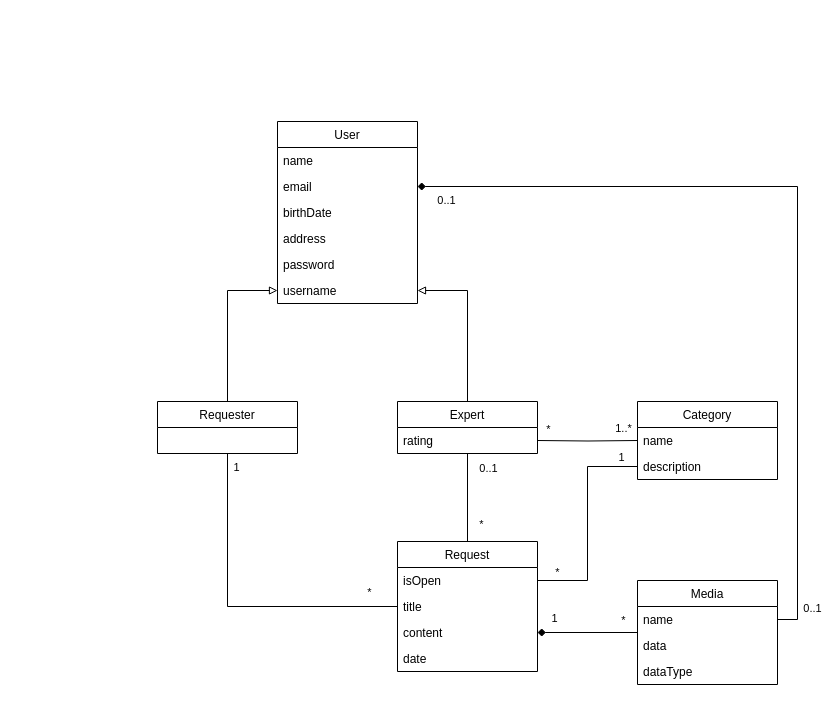
Above: artefacts/domain_model.drawio in Luc641/Amicus (draw.io), before the change. Source tidied: cells renumbered, new cells numbered last; positions are measured from the earlier drawing's top-left corner, leaving out a move shared by most shapes. Both pictures are drawn from the tidied source at 100%, with x=0, y=0 at pixel (157, 121).
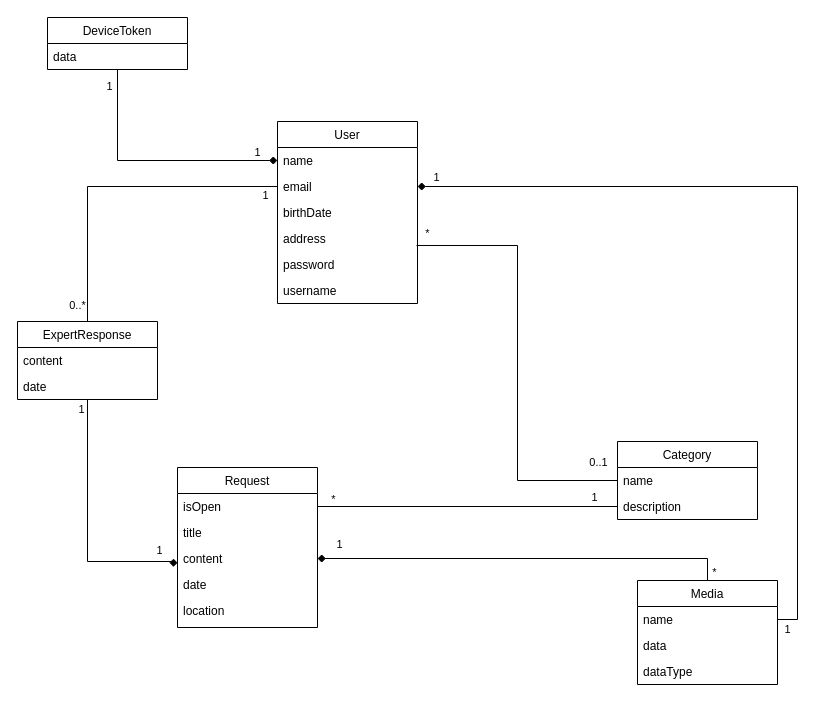
After the change.

Commit message (it also covers changes not shown here):
Update Domain Model (#85)

The change refers to these unchanged cells:
```xml
<mxCell id="3" value="name" style="text;strokeColor=none;fillColor=none;align=left;verticalAlign=top;spacingLeft=4;spacingRight=4;overflow=hidden;points=[[0,0.5],[1,0.5]];portConstraint=eastwest;" parent="2" vertex="1">
  <mxGeometry y="26" width="140" height="26" as="geometry" />
</mxCell>
<mxCell id="4" value="email" style="text;strokeColor=none;fillColor=none;align=left;verticalAlign=top;spacingLeft=4;spacingRight=4;overflow=hidden;points=[[0,0.5],[1,0.5]];portConstraint=eastwest;" parent="2" vertex="1">
  <mxGeometry y="52" width="140" height="26" as="geometry" />
</mxCell>
<mxCell id="6" value="address" style="text;strokeColor=none;fillColor=none;align=left;verticalAlign=top;spacingLeft=4;spacingRight=4;overflow=hidden;points=[[0,0.5],[1,0.5]];portConstraint=eastwest;" parent="2" vertex="1">
  <mxGeometry y="104" width="140" height="26" as="geometry" />
</mxCell>
<mxCell id="8" value="username" style="text;strokeColor=none;fillColor=none;align=left;verticalAlign=top;spacingLeft=4;spacingRight=4;overflow=hidden;points=[[0,0.5],[1,0.5]];portConstraint=eastwest;" parent="2" vertex="1">
  <mxGeometry y="156" width="140" height="26" as="geometry" />
</mxCell>
<mxCell id="15" value="name" style="text;strokeColor=none;fillColor=none;align=left;verticalAlign=top;spacingLeft=4;spacingRight=4;overflow=hidden;points=[[0,0.5],[1,0.5]];portConstraint=eastwest;" parent="14" vertex="1">
  <mxGeometry y="26" width="140" height="26" as="geometry" />
</mxCell>
<mxCell id="25" value="title" style="text;strokeColor=none;fillColor=none;align=left;verticalAlign=top;spacingLeft=4;spacingRight=4;overflow=hidden;points=[[0,0.5],[1,0.5]];portConstraint=eastwest;" parent="23" vertex="1">
  <mxGeometry y="52" width="140" height="26" as="geometry" />
</mxCell>
<mxCell id="28" style="edgeStyle=orthogonalEdgeStyle;rounded=0;jettySize=auto;html=1;entryX=1;entryY=0.5;entryDx=0;entryDy=0;endArrow=diamond;endFill=1;startArrow=none;startFill=0;" parent="1" edge="1" source="31" target="26">
  <mxGeometry relative="1" as="geometry" />
</mxCell>
<mxCell id="38" style="edgeStyle=orthogonalEdgeStyle;rounded=0;jettySize=auto;html=1;entryX=1;entryY=0.5;entryDx=0;entryDy=0;endArrow=none;endFill=0;" parent="1" edge="1" source="16" target="24">
  <mxGeometry relative="1" as="geometry" />
</mxCell>
<mxCell id="41" style="edgeStyle=orthogonalEdgeStyle;rounded=0;jettySize=auto;html=1;exitX=1;exitY=0.5;exitDx=0;exitDy=0;entryX=1;entryY=0.5;entryDx=0;entryDy=0;endArrow=diamond;endFill=1;startArrow=none;startFill=0;" parent="1" edge="1" source="32" target="4">
  <mxGeometry relative="1" as="geometry" />
</mxCell>
```

Change to the diagram source:
```diff
@@
-    <mxCell id="9" style="edgeStyle=orthogonalEdgeStyle;rounded=0;jettySize=auto;html=1;exitX=0.5;exitY=0;exitDx=0;exitDy=0;entryX=0;entryY=0.5;entryDx=0;entryDy=0;endArrow=block;endFill=0;" parent="1" edge="1" source="10" target="8">
-      <mxGeometry relative="1" as="geometry" />
-    </mxCell>
-    <mxCell id="10" value="Requester" style="swimlane;fontStyle=0;horizontal=1;startSize=26;fillColor=none;" parent="1" vertex="1">
-      <mxGeometry y="280" width="140" height="52" as="geometry" />
-    </mxCell>
-    <mxCell id="11" style="edgeStyle=orthogonalEdgeStyle;rounded=0;jettySize=auto;html=1;exitX=0.5;exitY=0;exitDx=0;exitDy=0;entryX=1;entryY=0.5;entryDx=0;entryDy=0;endArrow=block;endFill=0;" parent="1" edge="1" source="12" target="8">
-      <mxGeometry relative="1" as="geometry" />
-    </mxCell>
-    <mxCell id="12" value="Expert" style="swimlane;fontStyle=0;horizontal=1;startSize=26;fillColor=none;" parent="1" vertex="1">
-      <mxGeometry x="240" y="280" width="140" height="52" as="geometry" />
-    </mxCell>
-    <mxCell id="13" value="rating" style="text;strokeColor=none;fillColor=none;align=left;verticalAlign=top;spacingLeft=4;spacingRight=4;overflow=hidden;" parent="12" vertex="1">
-      <mxGeometry y="26" width="140" height="26" as="geometry" />
-    </mxCell>
     <mxCell id="14" value="Category" style="swimlane;fontStyle=0;horizontal=1;startSize=26;fillColor=none;" parent="1" vertex="1">
-      <mxGeometry x="480" y="280" width="140" height="78" as="geometry" />
+      <mxGeometry x="460" y="320" width="140" height="78" as="geometry" />
     </mxCell>
@@
-    <mxCell id="17" style="edgeStyle=orthogonalEdgeStyle;rounded=0;jettySize=auto;html=1;endArrow=none;endFill=0;" parent="1" edge="1" target="15">
-      <mxGeometry relative="1" as="geometry">
-        <mxPoint x="380" y="319" as="sourcePoint" />
-      </mxGeometry>
+    <mxCell id="17" style="edgeStyle=orthogonalEdgeStyle;rounded=0;jettySize=auto;html=1;endArrow=none;endFill=0;exitX=0.993;exitY=0.769;exitDx=0;exitDy=0;exitPerimeter=0;" parent="1" edge="1" source="6" target="15">
+      <mxGeometry relative="1" as="geometry" />
     </mxCell>
-    <mxCell id="18" value="1..*" style="edgeLabel;html=1;align=center;verticalAlign=middle;" parent="17" vertex="1">
+    <mxCell id="18" value="0..1" style="edgeLabel;html=1;align=center;verticalAlign=middle;" parent="17" vertex="1">
       <mxGeometry x="0.34" y="-1" relative="1" as="geometry">
-        <mxPoint x="19" y="-14" as="offset" />
+        <mxPoint x="81" y="25" as="offset" />
       </mxGeometry>
     </mxCell>
     <mxCell id="19" value="*" style="edgeLabel;html=1;align=center;verticalAlign=middle;" parent="17" vertex="1">
       <mxGeometry x="-0.57" y="-3" relative="1" as="geometry">
-        <mxPoint x="-11" y="-15" as="offset" />
+        <mxPoint x="-84" y="-15" as="offset" />
       </mxGeometry>
     </mxCell>
-    <mxCell id="20" style="edgeStyle=orthogonalEdgeStyle;rounded=0;jettySize=auto;html=1;endArrow=none;endFill=0;entryX=0.5;entryY=1;entryDx=0;entryDy=0;" parent="1" edge="1" source="23" target="12">
-      <mxGeometry relative="1" as="geometry" />
-    </mxCell>
-    <mxCell id="21" value="0..1" style="edgeLabel;html=1;align=center;verticalAlign=middle;" parent="20" vertex="1">
-      <mxGeometry x="0.39" relative="1" as="geometry">
-        <mxPoint x="20" y="-13" as="offset" />
-      </mxGeometry>
-    </mxCell>
-    <mxCell id="22" value="*" style="edgeLabel;html=1;align=center;verticalAlign=middle;" parent="20" vertex="1">
-      <mxGeometry x="-0.21" relative="1" as="geometry">
-        <mxPoint x="13" y="17" as="offset" />
-      </mxGeometry>
-    </mxCell>
     <mxCell id="23" value="Request" style="swimlane;fontStyle=0;horizontal=1;startSize=26;fillColor=none;" parent="1" vertex="1">
-      <mxGeometry x="240" y="420" width="140" height="130" as="geometry" />
+      <mxGeometry x="20" y="346" width="140" height="160" as="geometry" />
     </mxCell>
@@
+    <mxCell id="44" value="location" style="text;strokeColor=none;fillColor=none;align=left;verticalAlign=top;spacingLeft=4;spacingRight=4;overflow=hidden;" parent="23" vertex="1">
+      <mxGeometry y="130" width="140" height="30" as="geometry" />
+    </mxCell>
@@
     <mxCell id="29" value="*" style="edgeLabel;html=1;align=center;verticalAlign=middle;" parent="28" vertex="1">
       <mxGeometry x="0.05" y="-2" relative="1" as="geometry">
-        <mxPoint x="38" y="-11" as="offset" />
+        <mxPoint x="200" y="15" as="offset" />
       </mxGeometry>
     </mxCell>
     <mxCell id="30" value="1" style="edgeLabel;html=1;align=center;verticalAlign=middle;" parent="28" vertex="1">
       <mxGeometry x="0.49" y="-1" relative="1" as="geometry">
-        <mxPoint x="-9" y="-14" as="offset" />
+        <mxPoint x="-84" y="-14" as="offset" />
       </mxGeometry>
     </mxCell>
@@
-    <mxCell id="35" style="edgeStyle=orthogonalEdgeStyle;rounded=0;jettySize=auto;html=1;entryX=0.5;entryY=1;entryDx=0;entryDy=0;endArrow=none;endFill=0;" parent="1" edge="1" source="25" target="10">
-      <mxGeometry relative="1" as="geometry" />
-    </mxCell>
-    <mxCell id="36" value="1" style="edgeLabel;html=1;align=center;verticalAlign=middle;" parent="35" vertex="1">
-      <mxGeometry x="0.92" y="-2" relative="1" as="geometry">
-        <mxPoint x="6" as="offset" />
-      </mxGeometry>
-    </mxCell>
-    <mxCell id="37" value="*" style="edgeLabel;html=1;align=center;verticalAlign=middle;" parent="35" vertex="1">
-      <mxGeometry x="-0.82" y="-1" relative="1" as="geometry">
-        <mxPoint y="-14" as="offset" />
-      </mxGeometry>
-    </mxCell>
@@
     <mxCell id="40" value="*" style="edgeLabel;html=1;align=center;verticalAlign=middle;" parent="38" vertex="1">
       <mxGeometry x="0.68" y="-1" relative="1" as="geometry">
-        <mxPoint x="-15" y="-8" as="offset" />
+        <mxPoint x="-33" y="-7" as="offset" />
       </mxGeometry>
     </mxCell>
@@
-    <mxCell id="42" value="0..1" style="edgeLabel;html=1;align=center;verticalAlign=middle;" parent="41" vertex="1">
+    <mxCell id="42" value="1" style="edgeLabel;html=1;align=center;verticalAlign=middle;" parent="41" vertex="1">
       <mxGeometry x="0.63" y="-2" relative="1" as="geometry">
-        <mxPoint x="-126" y="15" as="offset" />
+        <mxPoint x="-136" y="-8" as="offset" />
       </mxGeometry>
     </mxCell>
-    <mxCell id="43" value="0..1" style="edgeLabel;html=1;align=center;verticalAlign=middle;" parent="1" vertex="1">
+    <mxCell id="43" value="1" style="edgeLabel;html=1;align=center;verticalAlign=middle;" parent="1" vertex="1">
       <mxGeometry x="660" y="485" as="geometry">
-        <mxPoint x="-6" y="1" as="offset" />
+        <mxPoint x="-31" y="22" as="offset" />
       </mxGeometry>
     </mxCell>
+    <mxCell id="45" style="edgeStyle=orthogonalEdgeStyle;rounded=0;jettySize=auto;html=1;entryX=0;entryY=0.5;entryDx=0;entryDy=0;startArrow=none;startFill=0;endArrow=none;endFill=0;" parent="1" edge="1" source="48" target="4">
+      <mxGeometry relative="1" as="geometry" />
+    </mxCell>
+    <mxCell id="46" value="1" style="edgeLabel;html=1;align=center;verticalAlign=middle;" parent="45" vertex="1">
+      <mxGeometry x="0.9" y="-1" relative="1" as="geometry">
+        <mxPoint x="3" y="7" as="offset" />
+      </mxGeometry>
+    </mxCell>
+    <mxCell id="47" value="0..*" style="edgeLabel;html=1;align=center;verticalAlign=middle;" parent="45" vertex="1">
+      <mxGeometry x="-0.83" relative="1" as="geometry">
+        <mxPoint x="-11" y="11" as="offset" />
+      </mxGeometry>
+    </mxCell>
+    <mxCell id="48" value="ExpertResponse" style="swimlane;fontStyle=0;horizontal=1;startSize=26;fillColor=none;" parent="1" vertex="1">
+      <mxGeometry x="-140" y="200" width="140" height="78" as="geometry" />
+    </mxCell>
+    <mxCell id="49" value="content" style="text;strokeColor=none;fillColor=none;align=left;verticalAlign=top;spacingLeft=4;spacingRight=4;overflow=hidden;" parent="48" vertex="1">
+      <mxGeometry y="26" width="140" height="26" as="geometry" />
+    </mxCell>
+    <mxCell id="50" value="date" style="text;strokeColor=none;fillColor=none;align=left;verticalAlign=top;spacingLeft=4;spacingRight=4;overflow=hidden;" parent="48" vertex="1">
+      <mxGeometry y="52" width="140" height="26" as="geometry" />
+    </mxCell>
+    <mxCell id="51" style="edgeStyle=orthogonalEdgeStyle;rounded=0;orthogonalLoop=1;jettySize=auto;html=1;endArrow=none;endFill=0;startArrow=diamond;startFill=1;exitX=0;exitY=0.5;exitDx=0;exitDy=0;" parent="1" edge="1">
+      <mxGeometry relative="1" as="geometry">
+        <mxPoint x="16" y="437" as="sourcePoint" />
+        <mxPoint x="-94" y="278" as="targetPoint" />
+        <Array as="points">
+          <mxPoint x="16" y="440" />
+          <mxPoint x="-70" y="440" />
+          <mxPoint x="-70" y="278" />
+        </Array>
+      </mxGeometry>
+    </mxCell>
+    <mxCell id="52" value="1" style="edgeLabel;html=1;align=center;verticalAlign=middle;" parent="51" vertex="1">
+      <mxGeometry x="0.81" y="4" relative="1" as="geometry">
+        <mxPoint x="-3" y="7" as="offset" />
+      </mxGeometry>
+    </mxCell>
+    <mxCell id="53" value="1" style="edgeLabel;html=1;align=center;verticalAlign=middle;" parent="51" vertex="1">
+      <mxGeometry x="-0.87" y="-1" relative="1" as="geometry">
+        <mxPoint y="-11" as="offset" />
+      </mxGeometry>
+    </mxCell>
+    <mxCell id="54" style="edgeStyle=orthogonalEdgeStyle;rounded=0;jettySize=auto;html=1;entryX=0;entryY=0.5;entryDx=0;entryDy=0;startArrow=none;startFill=0;endArrow=diamond;endFill=1;" parent="1" edge="1" source="57" target="3">
+      <mxGeometry relative="1" as="geometry" />
+    </mxCell>
+    <mxCell id="55" value="1" style="edgeLabel;html=1;align=center;verticalAlign=middle;" parent="54" vertex="1">
+      <mxGeometry x="-0.87" y="-3" relative="1" as="geometry">
+        <mxPoint x="-6" as="offset" />
+      </mxGeometry>
+    </mxCell>
+    <mxCell id="56" value="1" style="edgeLabel;html=1;align=center;verticalAlign=middle;" parent="54" vertex="1">
+      <mxGeometry x="0.76" y="-1" relative="1" as="geometry">
+        <mxPoint x="9" y="-10" as="offset" />
+      </mxGeometry>
+    </mxCell>
+    <mxCell id="57" value="DeviceToken" style="swimlane;fontStyle=0;horizontal=1;startSize=26;fillColor=none;" parent="1" vertex="1">
+      <mxGeometry x="-110" y="-104" width="140" height="52" as="geometry" />
+    </mxCell>
+    <mxCell id="58" value="data" style="text;strokeColor=none;fillColor=none;align=left;verticalAlign=top;spacingLeft=4;spacingRight=4;overflow=hidden;" parent="57" vertex="1">
+      <mxGeometry y="26" width="140" height="26" as="geometry" />
+    </mxCell>
```
